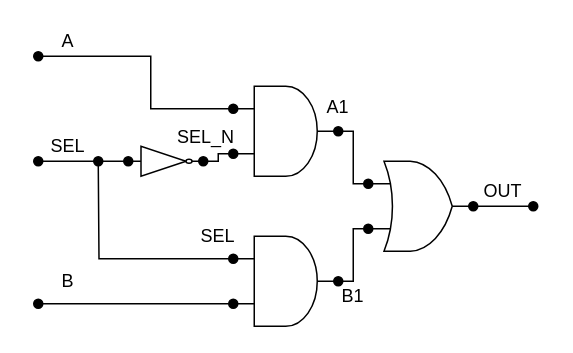
Before: make-sim-test/SRC/mux2_1.drawio in RipCityRobotics/sysverilog, a draw.io diagram. Source tidied: cells renumbered, new cells numbered last; positions are measured from the earlier drawing's top-left corner, leaving out a move shared by most shapes. Both pictures are drawn from the tidied source at 150%, with x=0, y=0 at pixel (38, 26).
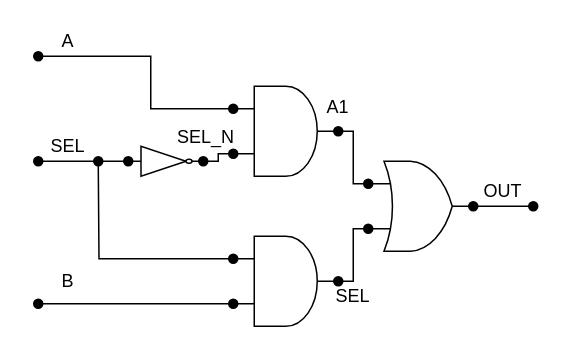
The same page after the edit.

What changed in the source:
```diff
@@
-    <mxCell id="20" value="SEL" style="text;html=1;strokeColor=none;fillColor=none;align=center;verticalAlign=middle;whiteSpace=wrap;rounded=0;" parent="1" vertex="1">
-      <mxGeometry x="100" y="130" width="40" height="20" as="geometry" />
-    </mxCell>
-    <mxCell id="21" value="B1" style="text;html=1;strokeColor=none;fillColor=none;align=center;verticalAlign=middle;whiteSpace=wrap;rounded=0;" parent="1" vertex="1">
+    <mxCell id="21" value="SEL" style="text;html=1;strokeColor=none;fillColor=none;align=center;verticalAlign=middle;whiteSpace=wrap;rounded=0;" parent="1" vertex="1">
       <mxGeometry x="190" y="170" width="40" height="20" as="geometry" />
     </mxCell>
```
